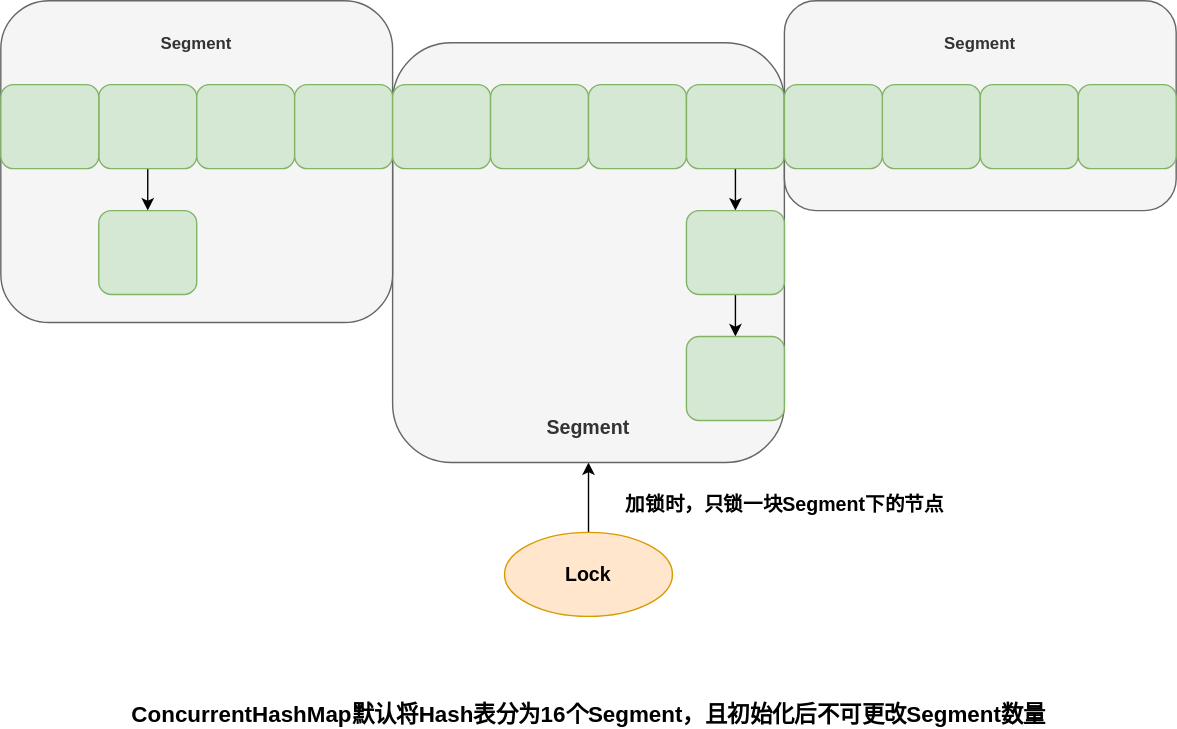
Before: Java/JavaSE/集合框架/Java7ConcurrentHashMap原理.drawio.svg, a diagram exported from draw.io (Developer-Tang/notes). Source tidied: cells renumbered, new cells last; positions are measured from the earlier drawing's top-left corner, leaving out a move shared by most shapes. Source of this version:
```xml
<mxGraphModel>
  <root>
    <mxCell id="0" />
    <mxCell id="1" parent="0" />
    <mxCell id="2" style="rounded=0;jettySize=auto;html=1;fontSize=14;exitX=0.5;exitY=0;exitDx=0;exitDy=0;entryX=0.5;entryY=1;entryDx=0;entryDy=0;" parent="1" edge="1" source="12" target="3">
      <mxGeometry relative="1" as="geometry" />
    </mxCell>
    <mxCell id="3" value="Segment" style="rounded=1;whiteSpace=wrap;html=1;fillColor=#f5f5f5;strokeColor=#666666;fontColor=#333333;fontSize=14;fontStyle=1;labelPosition=center;verticalLabelPosition=bottom;align=center;verticalAlign=top;spacingTop=-40;" parent="1" vertex="1">
      <mxGeometry x="280" y="30" width="280" height="300" as="geometry" />
    </mxCell>
    <mxCell id="4" value="Segment" style="rounded=1;whiteSpace=wrap;html=1;fillColor=#f5f5f5;strokeColor=#666666;fontColor=#333333;labelPosition=center;verticalLabelPosition=top;align=center;verticalAlign=bottom;spacingBottom=-40;fontStyle=1;" parent="1" vertex="1">
      <mxGeometry width="280" height="230" as="geometry" />
    </mxCell>
    <mxCell id="5" style="edgeStyle=none;rounded=0;jettySize=auto;html=1;fontSize=14;" parent="1" edge="1" source="6" target="21">
      <mxGeometry relative="1" as="geometry" />
    </mxCell>
    <mxCell id="6" style="rounded=1;whiteSpace=wrap;html=1;fillColor=#d5e8d4;strokeColor=#82b366;" parent="1" vertex="1">
      <mxGeometry x="70" y="60" width="70" height="60" as="geometry" />
    </mxCell>
    <mxCell id="7" style="rounded=1;whiteSpace=wrap;html=1;fillColor=#d5e8d4;strokeColor=#82b366;" parent="1" vertex="1">
      <mxGeometry x="140" y="60" width="70" height="60" as="geometry" />
    </mxCell>
    <mxCell id="8" style="rounded=1;whiteSpace=wrap;html=1;fillColor=#d5e8d4;strokeColor=#82b366;" parent="1" vertex="1">
      <mxGeometry x="210" y="60" width="70" height="60" as="geometry" />
    </mxCell>
    <mxCell id="9" style="rounded=1;whiteSpace=wrap;html=1;fillColor=#d5e8d4;strokeColor=#82b366;" parent="1" vertex="1">
      <mxGeometry x="280" y="60" width="70" height="60" as="geometry" />
    </mxCell>
    <mxCell id="10" style="rounded=1;whiteSpace=wrap;html=1;fillColor=#d5e8d4;strokeColor=#82b366;" parent="1" vertex="1">
      <mxGeometry x="350" y="60" width="70" height="60" as="geometry" />
    </mxCell>
    <mxCell id="11" style="rounded=1;whiteSpace=wrap;html=1;fillColor=#d5e8d4;strokeColor=#82b366;" parent="1" vertex="1">
      <mxGeometry x="420" y="60" width="70" height="60" as="geometry" />
    </mxCell>
    <mxCell id="12" value="Lock&lt;br&gt;" style="ellipse;whiteSpace=wrap;html=1;rounded=1;fontSize=14;fontStyle=1;verticalAlign=middle;strokeColor=#d79b00;fillColor=#ffe6cc;spacingTop=0;" parent="1" vertex="1">
      <mxGeometry x="360" y="380" width="120" height="60" as="geometry" />
    </mxCell>
    <mxCell id="13" style="rounded=1;whiteSpace=wrap;html=1;fillColor=#d5e8d4;strokeColor=#82b366;" parent="1" vertex="1">
      <mxGeometry y="60" width="70" height="60" as="geometry" />
    </mxCell>
    <mxCell id="14" style="edgeStyle=none;rounded=0;jettySize=auto;html=1;fontSize=14;" parent="1" edge="1" source="15" target="23">
      <mxGeometry relative="1" as="geometry" />
    </mxCell>
    <mxCell id="15" style="rounded=1;whiteSpace=wrap;html=1;fillColor=#d5e8d4;strokeColor=#82b366;" parent="1" vertex="1">
      <mxGeometry x="490" y="60" width="70" height="60" as="geometry" />
    </mxCell>
    <mxCell id="16" value="Segment" style="rounded=1;whiteSpace=wrap;html=1;fillColor=#f5f5f5;strokeColor=#666666;fontColor=#333333;labelPosition=center;verticalLabelPosition=top;align=center;verticalAlign=bottom;spacingBottom=-40;fontStyle=1;" parent="1" vertex="1">
      <mxGeometry x="560" width="280" height="150" as="geometry" />
    </mxCell>
    <mxCell id="17" style="rounded=1;whiteSpace=wrap;html=1;fillColor=#d5e8d4;strokeColor=#82b366;" parent="1" vertex="1">
      <mxGeometry x="630" y="60" width="70" height="60" as="geometry" />
    </mxCell>
    <mxCell id="18" style="rounded=1;whiteSpace=wrap;html=1;fillColor=#d5e8d4;strokeColor=#82b366;" parent="1" vertex="1">
      <mxGeometry x="700" y="60" width="70" height="60" as="geometry" />
    </mxCell>
    <mxCell id="19" style="rounded=1;whiteSpace=wrap;html=1;fillColor=#d5e8d4;strokeColor=#82b366;" parent="1" vertex="1">
      <mxGeometry x="770" y="60" width="70" height="60" as="geometry" />
    </mxCell>
    <mxCell id="20" style="rounded=1;whiteSpace=wrap;html=1;fillColor=#d5e8d4;strokeColor=#82b366;" parent="1" vertex="1">
      <mxGeometry x="560" y="60" width="70" height="60" as="geometry" />
    </mxCell>
    <mxCell id="21" style="rounded=1;whiteSpace=wrap;html=1;fillColor=#d5e8d4;strokeColor=#82b366;" parent="1" vertex="1">
      <mxGeometry x="70" y="150" width="70" height="60" as="geometry" />
    </mxCell>
    <mxCell id="22" style="edgeStyle=none;rounded=0;jettySize=auto;html=1;fontSize=14;" parent="1" edge="1" source="23" target="24">
      <mxGeometry relative="1" as="geometry" />
    </mxCell>
    <mxCell id="23" style="rounded=1;whiteSpace=wrap;html=1;fillColor=#d5e8d4;strokeColor=#82b366;" parent="1" vertex="1">
      <mxGeometry x="490" y="150" width="70" height="60" as="geometry" />
    </mxCell>
    <mxCell id="24" style="rounded=1;whiteSpace=wrap;html=1;fillColor=#d5e8d4;strokeColor=#82b366;" parent="1" vertex="1">
      <mxGeometry x="490" y="240" width="70" height="60" as="geometry" />
    </mxCell>
    <mxCell id="25" value="加锁时，只锁一块Segment下的节点" style="text;html=1;align=center;verticalAlign=middle;strokeColor=none;fillColor=none;fontSize=14;fontStyle=1;" parent="1" vertex="1">
      <mxGeometry x="440" y="350" width="240" height="20" as="geometry" />
    </mxCell>
    <mxCell id="26" value="ConcurrentHashMap默认将Hash表分为16个Segment，且初始化后不可更改Segment数量" style="text;html=1;align=center;verticalAlign=middle;strokeColor=none;fillColor=none;fontSize=16;fontStyle=1;" parent="1" vertex="1">
      <mxGeometry x="85" y="500" width="670" height="20" as="geometry" />
    </mxCell>
  </root>
</mxGraphModel>
```
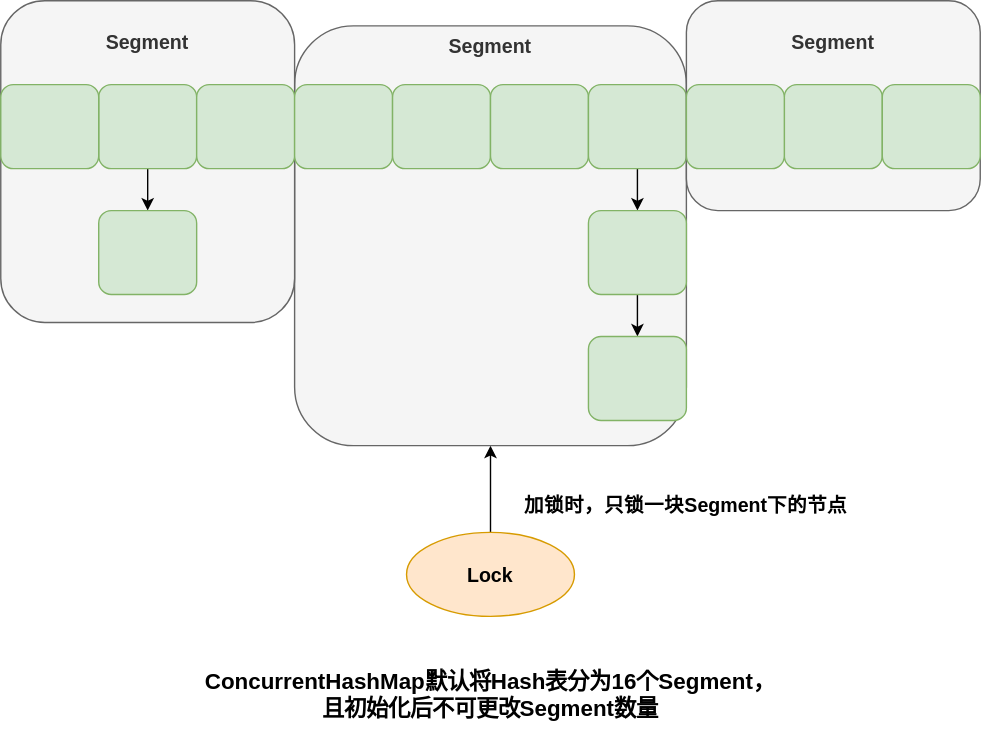
The same file after the commit.

The edit, as a diff of the source:
```diff
@@ -2,80 +2,74 @@
   <root>
     <mxCell id="0" />
     <mxCell id="1" parent="0" />
-    <mxCell id="2" style="rounded=0;jettySize=auto;html=1;fontSize=14;exitX=0.5;exitY=0;exitDx=0;exitDy=0;entryX=0.5;entryY=1;entryDx=0;entryDy=0;" parent="1" edge="1" source="12" target="3">
+    <mxCell id="2" style="rounded=0;jettySize=auto;fontSize=14;exitX=0.5;exitY=0;exitDx=0;exitDy=0;entryX=0.5;entryY=1;entryDx=0;entryDy=0;labelBackgroundColor=none;" parent="1" edge="1" source="12" target="3">
       <mxGeometry relative="1" as="geometry" />
     </mxCell>
-    <mxCell id="3" value="Segment" style="rounded=1;whiteSpace=wrap;html=1;fillColor=#f5f5f5;strokeColor=#666666;fontColor=#333333;fontSize=14;fontStyle=1;labelPosition=center;verticalLabelPosition=bottom;align=center;verticalAlign=top;spacingTop=-40;" parent="1" vertex="1">
-      <mxGeometry x="280" y="30" width="280" height="300" as="geometry" />
+    <mxCell id="3" value="Segment" style="rounded=1;fillColor=#f5f5f5;strokeColor=#666666;fontColor=#333333;fontSize=14;fontStyle=1;labelPosition=center;verticalLabelPosition=middle;align=center;verticalAlign=top;spacingTop=0;labelBackgroundColor=none;" parent="1" vertex="1">
+      <mxGeometry x="280" y="18" width="280" height="300" as="geometry" />
     </mxCell>
-    <mxCell id="4" value="Segment" style="rounded=1;whiteSpace=wrap;html=1;fillColor=#f5f5f5;strokeColor=#666666;fontColor=#333333;labelPosition=center;verticalLabelPosition=top;align=center;verticalAlign=bottom;spacingBottom=-40;fontStyle=1;" parent="1" vertex="1">
-      <mxGeometry width="280" height="230" as="geometry" />
+    <mxCell id="4" value="Segment" style="rounded=1;fillColor=#f5f5f5;strokeColor=#666666;fontColor=#333333;labelPosition=center;verticalLabelPosition=top;align=center;verticalAlign=bottom;spacingBottom=-40;fontStyle=1;fontSize=14;labelBackgroundColor=none;" parent="1" vertex="1">
+      <mxGeometry x="70" width="210" height="230" as="geometry" />
     </mxCell>
-    <mxCell id="5" style="edgeStyle=none;rounded=0;jettySize=auto;html=1;fontSize=14;" parent="1" edge="1" source="6" target="21">
+    <mxCell id="5" style="edgeStyle=none;rounded=0;jettySize=auto;fontSize=14;labelBackgroundColor=none;" parent="1" edge="1" source="6" target="21">
       <mxGeometry relative="1" as="geometry" />
     </mxCell>
-    <mxCell id="6" style="rounded=1;whiteSpace=wrap;html=1;fillColor=#d5e8d4;strokeColor=#82b366;" parent="1" vertex="1">
-      <mxGeometry x="70" y="60" width="70" height="60" as="geometry" />
+    <mxCell id="6" style="rounded=1;fillColor=#d5e8d4;strokeColor=#82b366;labelBackgroundColor=none;" parent="1" vertex="1">
+      <mxGeometry x="140" y="60" width="70" height="60" as="geometry" />
     </mxCell>
-    <mxCell id="7" style="rounded=1;whiteSpace=wrap;html=1;fillColor=#d5e8d4;strokeColor=#82b366;" parent="1" vertex="1">
-      <mxGeometry x="140" y="60" width="70" height="60" as="geometry" />
-    </mxCell>
-    <mxCell id="8" style="rounded=1;whiteSpace=wrap;html=1;fillColor=#d5e8d4;strokeColor=#82b366;" parent="1" vertex="1">
+    <mxCell id="8" style="rounded=1;fillColor=#d5e8d4;strokeColor=#82b366;labelBackgroundColor=none;" parent="1" vertex="1">
       <mxGeometry x="210" y="60" width="70" height="60" as="geometry" />
     </mxCell>
-    <mxCell id="9" style="rounded=1;whiteSpace=wrap;html=1;fillColor=#d5e8d4;strokeColor=#82b366;" parent="1" vertex="1">
+    <mxCell id="9" style="rounded=1;fillColor=#d5e8d4;strokeColor=#82b366;labelBackgroundColor=none;" parent="1" vertex="1">
       <mxGeometry x="280" y="60" width="70" height="60" as="geometry" />
     </mxCell>
-    <mxCell id="10" style="rounded=1;whiteSpace=wrap;html=1;fillColor=#d5e8d4;strokeColor=#82b366;" parent="1" vertex="1">
+    <mxCell id="10" style="rounded=1;fillColor=#d5e8d4;strokeColor=#82b366;labelBackgroundColor=none;" parent="1" vertex="1">
       <mxGeometry x="350" y="60" width="70" height="60" as="geometry" />
     </mxCell>
-    <mxCell id="11" style="rounded=1;whiteSpace=wrap;html=1;fillColor=#d5e8d4;strokeColor=#82b366;" parent="1" vertex="1">
+    <mxCell id="11" style="rounded=1;fillColor=#d5e8d4;strokeColor=#82b366;labelBackgroundColor=none;" parent="1" vertex="1">
       <mxGeometry x="420" y="60" width="70" height="60" as="geometry" />
     </mxCell>
-    <mxCell id="12" value="Lock&lt;br&gt;" style="ellipse;whiteSpace=wrap;html=1;rounded=1;fontSize=14;fontStyle=1;verticalAlign=middle;strokeColor=#d79b00;fillColor=#ffe6cc;spacingTop=0;" parent="1" vertex="1">
+    <mxCell id="12" value="Lock" style="ellipse;rounded=1;fontSize=14;fontStyle=1;verticalAlign=middle;strokeColor=#d79b00;fillColor=#ffe6cc;spacingTop=0;labelBackgroundColor=none;" parent="1" vertex="1">
       <mxGeometry x="360" y="380" width="120" height="60" as="geometry" />
     </mxCell>
-    <mxCell id="13" style="rounded=1;whiteSpace=wrap;html=1;fillColor=#d5e8d4;strokeColor=#82b366;" parent="1" vertex="1">
-      <mxGeometry y="60" width="70" height="60" as="geometry" />
+    <mxCell id="13" style="rounded=1;fillColor=#d5e8d4;strokeColor=#82b366;labelBackgroundColor=none;" parent="1" vertex="1">
+      <mxGeometry x="70" y="60" width="70" height="60" as="geometry" />
     </mxCell>
-    <mxCell id="14" style="edgeStyle=none;rounded=0;jettySize=auto;html=1;fontSize=14;" parent="1" edge="1" source="15" target="23">
+    <mxCell id="14" style="edgeStyle=none;rounded=0;jettySize=auto;fontSize=14;labelBackgroundColor=none;" parent="1" edge="1" source="15" target="23">
       <mxGeometry relative="1" as="geometry" />
     </mxCell>
-    <mxCell id="15" style="rounded=1;whiteSpace=wrap;html=1;fillColor=#d5e8d4;strokeColor=#82b366;" parent="1" vertex="1">
+    <mxCell id="15" style="rounded=1;fillColor=#d5e8d4;strokeColor=#82b366;labelBackgroundColor=none;" parent="1" vertex="1">
       <mxGeometry x="490" y="60" width="70" height="60" as="geometry" />
     </mxCell>
-    <mxCell id="16" value="Segment" style="rounded=1;whiteSpace=wrap;html=1;fillColor=#f5f5f5;strokeColor=#666666;fontColor=#333333;labelPosition=center;verticalLabelPosition=top;align=center;verticalAlign=bottom;spacingBottom=-40;fontStyle=1;" parent="1" vertex="1">
-      <mxGeometry x="560" width="280" height="150" as="geometry" />
+    <mxCell id="16" value="Segment" style="rounded=1;fillColor=#f5f5f5;strokeColor=#666666;fontColor=#333333;labelPosition=center;verticalLabelPosition=top;align=center;verticalAlign=bottom;spacingBottom=-40;fontStyle=1;fontSize=14;labelBackgroundColor=none;" parent="1" vertex="1">
+      <mxGeometry x="560" width="210" height="150" as="geometry" />
     </mxCell>
-    <mxCell id="17" style="rounded=1;whiteSpace=wrap;html=1;fillColor=#d5e8d4;strokeColor=#82b366;" parent="1" vertex="1">
+    <mxCell id="17" style="rounded=1;fillColor=#d5e8d4;strokeColor=#82b366;labelBackgroundColor=none;" parent="1" vertex="1">
       <mxGeometry x="630" y="60" width="70" height="60" as="geometry" />
     </mxCell>
-    <mxCell id="18" style="rounded=1;whiteSpace=wrap;html=1;fillColor=#d5e8d4;strokeColor=#82b366;" parent="1" vertex="1">
+    <mxCell id="18" style="rounded=1;fillColor=#d5e8d4;strokeColor=#82b366;labelBackgroundColor=none;" parent="1" vertex="1">
       <mxGeometry x="700" y="60" width="70" height="60" as="geometry" />
     </mxCell>
-    <mxCell id="19" style="rounded=1;whiteSpace=wrap;html=1;fillColor=#d5e8d4;strokeColor=#82b366;" parent="1" vertex="1">
-      <mxGeometry x="770" y="60" width="70" height="60" as="geometry" />
-    </mxCell>
-    <mxCell id="20" style="rounded=1;whiteSpace=wrap;html=1;fillColor=#d5e8d4;strokeColor=#82b366;" parent="1" vertex="1">
+    <mxCell id="20" style="rounded=1;fillColor=#d5e8d4;strokeColor=#82b366;labelBackgroundColor=none;" parent="1" vertex="1">
       <mxGeometry x="560" y="60" width="70" height="60" as="geometry" />
     </mxCell>
-    <mxCell id="21" style="rounded=1;whiteSpace=wrap;html=1;fillColor=#d5e8d4;strokeColor=#82b366;" parent="1" vertex="1">
-      <mxGeometry x="70" y="150" width="70" height="60" as="geometry" />
+    <mxCell id="21" style="rounded=1;fillColor=#d5e8d4;strokeColor=#82b366;labelBackgroundColor=none;" parent="1" vertex="1">
+      <mxGeometry x="140" y="150" width="70" height="60" as="geometry" />
     </mxCell>
-    <mxCell id="22" style="edgeStyle=none;rounded=0;jettySize=auto;html=1;fontSize=14;" parent="1" edge="1" source="23" target="24">
+    <mxCell id="22" style="edgeStyle=none;rounded=0;jettySize=auto;fontSize=14;labelBackgroundColor=none;" parent="1" edge="1" source="23" target="24">
       <mxGeometry relative="1" as="geometry" />
     </mxCell>
-    <mxCell id="23" style="rounded=1;whiteSpace=wrap;html=1;fillColor=#d5e8d4;strokeColor=#82b366;" parent="1" vertex="1">
+    <mxCell id="23" style="rounded=1;fillColor=#d5e8d4;strokeColor=#82b366;labelBackgroundColor=none;" parent="1" vertex="1">
       <mxGeometry x="490" y="150" width="70" height="60" as="geometry" />
     </mxCell>
-    <mxCell id="24" style="rounded=1;whiteSpace=wrap;html=1;fillColor=#d5e8d4;strokeColor=#82b366;" parent="1" vertex="1">
+    <mxCell id="24" style="rounded=1;fillColor=#d5e8d4;strokeColor=#82b366;labelBackgroundColor=none;" parent="1" vertex="1">
       <mxGeometry x="490" y="240" width="70" height="60" as="geometry" />
     </mxCell>
-    <mxCell id="25" value="加锁时，只锁一块Segment下的节点" style="text;html=1;align=center;verticalAlign=middle;strokeColor=none;fillColor=none;fontSize=14;fontStyle=1;" parent="1" vertex="1">
+    <mxCell id="25" value="加锁时，只锁一块Segment下的节点" style="text;align=center;verticalAlign=middle;strokeColor=none;fillColor=none;fontSize=14;fontStyle=1;labelBackgroundColor=none;" parent="1" vertex="1">
       <mxGeometry x="440" y="350" width="240" height="20" as="geometry" />
     </mxCell>
-    <mxCell id="26" value="ConcurrentHashMap默认将Hash表分为16个Segment，且初始化后不可更改Segment数量" style="text;html=1;align=center;verticalAlign=middle;strokeColor=none;fillColor=none;fontSize=16;fontStyle=1;" parent="1" vertex="1">
-      <mxGeometry x="85" y="500" width="670" height="20" as="geometry" />
+    <mxCell id="26" value="ConcurrentHashMap默认将Hash表分为16个Segment，&#10;且初始化后不可更改Segment数量" style="text;align=center;verticalAlign=middle;strokeColor=none;fillColor=none;fontSize=16;fontStyle=1;labelBackgroundColor=none;" parent="1" vertex="1">
+      <mxGeometry x="205" y="470" width="430" height="50" as="geometry" />
     </mxCell>
   </root>
 </mxGraphModel>
```
